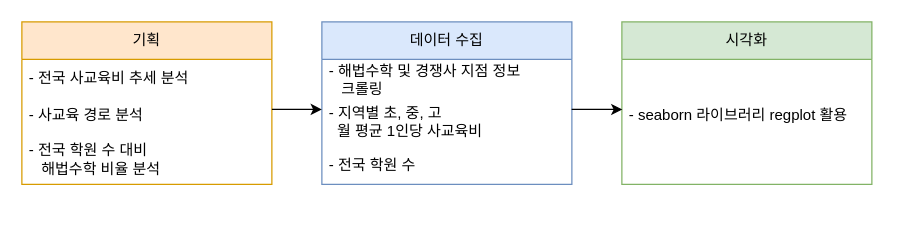
lhshs/Genia keeps this draw.io diagram as mini_pjt/230809-11_hp_cometitor/workflow.drawio. Above is the earlier version. Source tidied: cells renumbered, new cells numbered last; positions are measured from the earlier drawing's top-left corner, leaving out a move shared by most shapes. Both pictures are drawn from the tidied source at 125%, with x=0, y=0 at pixel (21, 21).
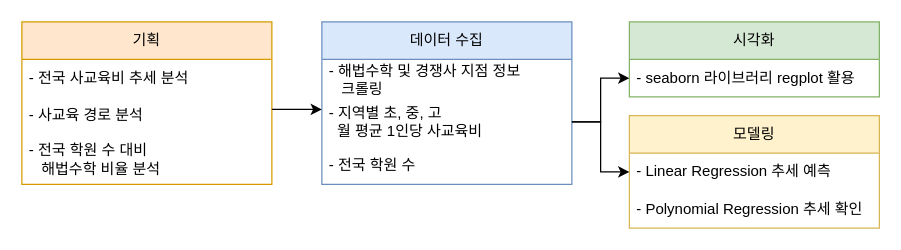
The same page after the edit.

The edit, as a diff of the source:
```diff
@@
 <mxGraphModel>
   <root>
     <mxCell id="0" />
     <mxCell id="1" parent="0" />
     <mxCell id="2" value="데이터 수집" style="swimlane;fontStyle=0;horizontal=1;startSize=30;whiteSpace=wrap;html=1;fillColor=#dae8fc;strokeColor=#6c8ebf;" parent="1" vertex="1">
       <mxGeometry x="240" width="200" height="130" as="geometry" />
     </mxCell>
     <mxCell id="3" value="- 해법수학 및 경쟁사 지점 정보 &lt;br&gt;&amp;nbsp; &amp;nbsp;크롤링&lt;br&gt;" style="text;strokeColor=none;fillColor=none;align=left;verticalAlign=middle;spacingLeft=4;spacingRight=4;overflow=hidden;whiteSpace=wrap;html=1;" parent="2" vertex="1">
       <mxGeometry y="30" width="200" height="30" as="geometry" />
     </mxCell>
     <mxCell id="4" value="- 지역별 초, 중, 고&lt;br style=&quot;border-color: var(--border-color);&quot;&gt;&amp;nbsp; 월 평균 1인당 사교육비" style="text;strokeColor=none;fillColor=none;align=left;verticalAlign=middle;spacingLeft=4;spacingRight=4;overflow=hidden;points=[[0,0.5],[1,0.5]];portConstraint=eastwest;whiteSpace=wrap;html=1;" parent="2" vertex="1">
       <mxGeometry y="60" width="200" height="40" as="geometry" />
     </mxCell>
     <mxCell id="5" value="- 전국 학원 수&lt;br&gt;" style="text;strokeColor=none;fillColor=none;align=left;verticalAlign=middle;spacingLeft=4;spacingRight=4;overflow=hidden;whiteSpace=wrap;html=1;" parent="2" vertex="1">
       <mxGeometry y="100" width="200" height="30" as="geometry" />
     </mxCell>
-    <mxCell id="6" value="시각화" style="swimlane;fontStyle=0;horizontal=1;startSize=30;whiteSpace=wrap;html=1;fillColor=#d5e8d4;strokeColor=#82b366;" parent="1" vertex="1">
-      <mxGeometry x="480" width="200" height="130" as="geometry" />
+    <mxCell id="6" value="모델링" style="swimlane;fontStyle=0;horizontal=1;startSize=30;whiteSpace=wrap;html=1;fillColor=#fff2cc;strokeColor=#d6b656;" parent="1" vertex="1">
+      <mxGeometry x="486" y="75" width="200" height="90" as="geometry" />
     </mxCell>
-    <mxCell id="7" value="&amp;nbsp;" style="text;strokeColor=none;fillColor=none;align=left;verticalAlign=middle;spacingLeft=4;spacingRight=4;overflow=hidden;whiteSpace=wrap;html=1;" parent="6" vertex="1">
-      <mxGeometry y="30" width="200" height="30" as="geometry" />
-    </mxCell>
-    <mxCell id="8" value="- seaborn 라이브러리 regplot 활용" style="text;strokeColor=none;fillColor=none;align=left;verticalAlign=middle;spacingLeft=4;spacingRight=4;overflow=hidden;points=[[0,0.5],[1,0.5]];portConstraint=eastwest;whiteSpace=wrap;html=1;" parent="6" vertex="1">
-      <mxGeometry y="60" width="200" height="30" as="geometry" />
+    <mxCell id="8" value="- Linear Regression 추세 예측" style="text;strokeColor=none;fillColor=none;align=left;verticalAlign=middle;spacingLeft=4;spacingRight=4;overflow=hidden;points=[[0,0.5],[1,0.5]];portConstraint=eastwest;whiteSpace=wrap;html=1;" parent="6" vertex="1">
+      <mxGeometry y="30" width="200" height="30" as="geometry" />
     </mxCell>
-    <mxCell id="9" value="&amp;nbsp;" style="text;strokeColor=none;fillColor=none;align=left;verticalAlign=middle;spacingLeft=4;spacingRight=4;overflow=hidden;whiteSpace=wrap;html=1;" parent="6" vertex="1">
-      <mxGeometry y="90" width="200" height="40" as="geometry" />
-    </mxCell>
+    <mxCell id="16" value="- Polynomial Regression 추세 확인" style="text;strokeColor=none;fillColor=none;align=left;verticalAlign=middle;spacingLeft=4;spacingRight=4;overflow=hidden;whiteSpace=wrap;html=1;" parent="6" vertex="1">
+      <mxGeometry y="60" width="200" height="30" as="geometry" />
+    </mxCell>
     <mxCell id="10" value="기획" style="swimlane;fontStyle=0;horizontal=1;startSize=30;whiteSpace=wrap;html=1;fillColor=#ffe6cc;strokeColor=#d79b00;" parent="1" vertex="1">
       <mxGeometry width="200" height="130" as="geometry" />
     </mxCell>
     <mxCell id="11" value="- 전국 사교육비 추세 분석" style="text;strokeColor=none;fillColor=none;align=left;verticalAlign=middle;spacingLeft=4;spacingRight=4;overflow=hidden;whiteSpace=wrap;html=1;" parent="10" vertex="1">
       <mxGeometry y="30" width="200" height="30" as="geometry" />
     </mxCell>
     <mxCell id="12" value="- 사교육 경로 분석" style="text;strokeColor=none;fillColor=none;align=left;verticalAlign=middle;spacingLeft=4;spacingRight=4;overflow=hidden;whiteSpace=wrap;html=1;" parent="10" vertex="1">
       <mxGeometry y="60" width="200" height="30" as="geometry" />
     </mxCell>
     <mxCell id="13" value="- 전국 학원 수 대비 &lt;br&gt;&amp;nbsp; &amp;nbsp;해법수학 비율 분석" style="text;strokeColor=none;fillColor=none;align=left;verticalAlign=middle;spacingLeft=4;spacingRight=4;overflow=hidden;whiteSpace=wrap;html=1;" parent="10" vertex="1">
       <mxGeometry y="90" width="200" height="40" as="geometry" />
     </mxCell>
+    <mxCell id="15" style="endArrow=classic;html=1;rounded=0;entryX=0.002;entryY=0.336;entryDx=0;entryDy=0;entryPerimeter=0;exitX=0.999;exitY=0.252;exitDx=0;exitDy=0;exitPerimeter=0;" parent="1" edge="1">
+      <mxGeometry relative="1" as="geometry">
+        <mxPoint x="200" y="70" as="sourcePoint" />
+        <mxPoint x="240" y="70" as="targetPoint" />
+      </mxGeometry>
+    </mxCell>
+    <mxCell id="17" value="시각화" style="swimlane;fontStyle=0;horizontal=1;startSize=30;whiteSpace=wrap;html=1;fillColor=#d5e8d4;strokeColor=#82b366;" parent="1" vertex="1">
+      <mxGeometry x="486" width="200" height="60" as="geometry" />
+    </mxCell>
+    <mxCell id="18" value="- seaborn 라이브러리 regplot 활용" style="text;strokeColor=none;fillColor=none;align=left;verticalAlign=middle;spacingLeft=4;spacingRight=4;overflow=hidden;points=[[0,0.5],[1,0.5]];portConstraint=eastwest;whiteSpace=wrap;html=1;" parent="17" vertex="1">
+      <mxGeometry y="30" width="200" height="30" as="geometry" />
+    </mxCell>
-    <mxCell id="14" style="endArrow=classic;html=1;rounded=0;entryX=0.002;entryY=0.336;entryDx=0;entryDy=0;entryPerimeter=0;exitX=0.999;exitY=0.252;exitDx=0;exitDy=0;exitPerimeter=0;" parent="1" edge="1" source="4" target="8">
+    <mxCell id="14" style="edgeStyle=orthogonalEdgeStyle;rounded=0;jettySize=auto;html=1;exitX=1;exitY=0.5;exitDx=0;exitDy=0;entryX=0;entryY=0.5;entryDx=0;entryDy=0;" parent="1" edge="1" source="4" target="8">
       <mxGeometry relative="1" as="geometry" />
     </mxCell>
-    <mxCell id="15" style="endArrow=classic;html=1;rounded=0;entryX=0.002;entryY=0.336;entryDx=0;entryDy=0;entryPerimeter=0;exitX=0.999;exitY=0.252;exitDx=0;exitDy=0;exitPerimeter=0;" parent="1" edge="1">
-      <mxGeometry relative="1" as="geometry">
-        <mxPoint x="200" y="70" as="sourcePoint" />
-        <mxPoint x="240" y="70" as="targetPoint" />
-      </mxGeometry>
-    </mxCell>
+    <mxCell id="19" style="edgeStyle=orthogonalEdgeStyle;rounded=0;jettySize=auto;html=1;exitX=1;exitY=0.5;exitDx=0;exitDy=0;entryX=0;entryY=0.5;entryDx=0;entryDy=0;" parent="1" edge="1" source="4" target="18">
+      <mxGeometry relative="1" as="geometry" />
+    </mxCell>
   </root>
 </mxGraphModel>
```
